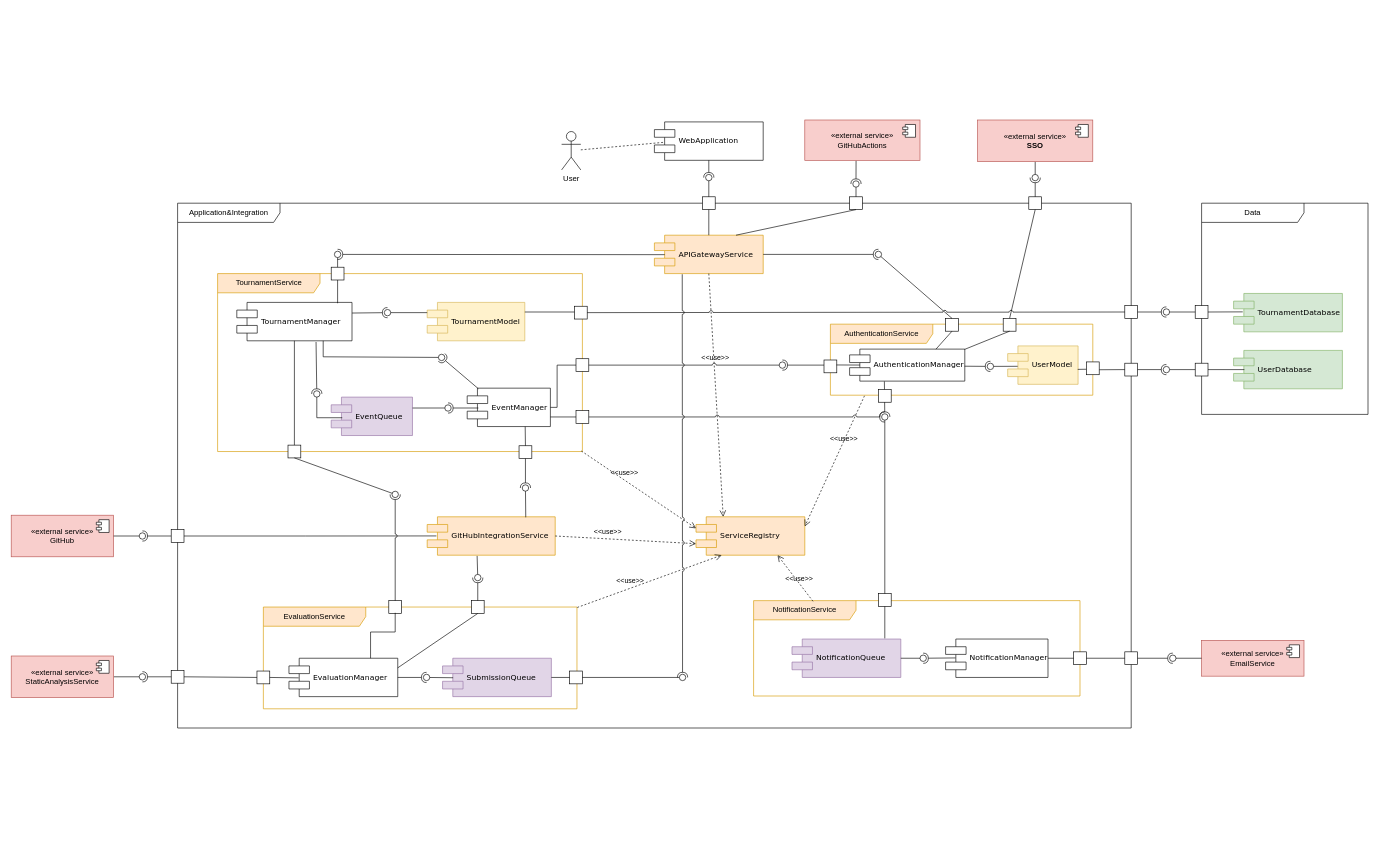
Earlier version of the draw.io diagram DD/Diagrams/component_diagram.drawio (TommasoCapacci/SEII-2024-Capacci-Ginestroni). Source tidied: cells renumbered, new cells numbered last; positions are measured from the earlier drawing's top-left corner, leaving out a move shared by most shapes. Both pictures are drawn from the tidied source at 64%, with x=0, y=0 at pixel (11, 11).
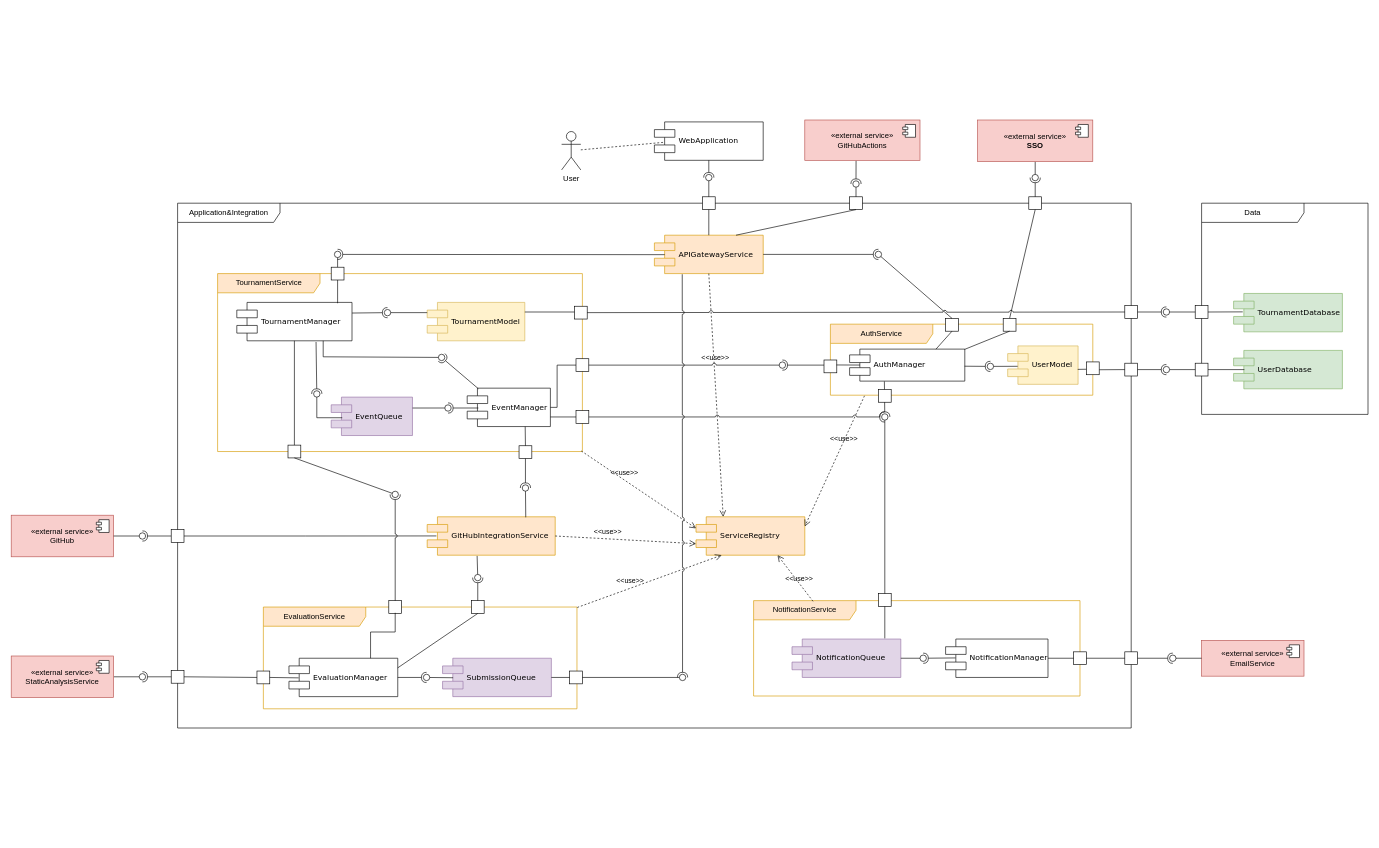
Above is the later version.

Commit message (it also covers changes not shown here):
minor changes in component diagram and overview, upload deployment network diagram

The change refers to these unchanged cells:
```xml
<mxCell id="3" value="Application&amp;amp;Integration" style="shape=umlFrame;whiteSpace=wrap;html=1;width=160;" parent="1" vertex="1">
  <mxGeometry x="260" y="300" width="1490" height="820" as="geometry" />
</mxCell>
```

What changed in the source:
```diff
@@
-    <mxCell id="93" value="AuthenticationService" style="shape=umlFrame;whiteSpace=wrap;html=1;width=160;fillColor=#ffe6cc;strokeColor=#d79b00;" parent="3" vertex="1">
+    <mxCell id="93" value="AuthService" style="shape=umlFrame;whiteSpace=wrap;html=1;width=160;fillColor=#ffe6cc;strokeColor=#d79b00;" parent="3" vertex="1">
       <mxGeometry x="1020" y="189" width="410" height="111" as="geometry" />
     </mxCell>
-    <mxCell id="94" value="AuthenticationManager" style="shape=component;align=left;spacingLeft=36;rounded=0;shadow=0;comic=0;labelBackgroundColor=none;strokeWidth=1;fontFamily=Verdana;fontSize=12;html=1;" parent="93" vertex="1">
+    <mxCell id="94" value="AuthManager" style="shape=component;align=left;spacingLeft=36;rounded=0;shadow=0;comic=0;labelBackgroundColor=none;strokeWidth=1;fontFamily=Verdana;fontSize=12;html=1;" parent="93" vertex="1">
       <mxGeometry x="30" y="39" width="180" height="50" as="geometry" />
     </mxCell>
```
